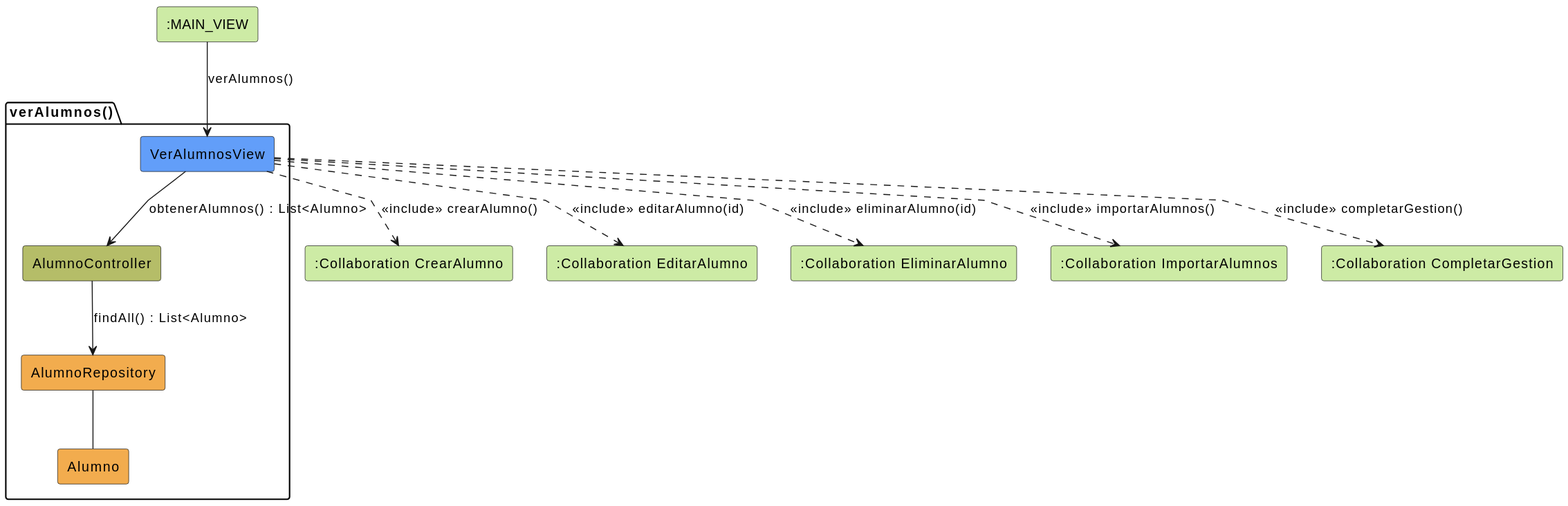
Earlier version of the PlantUML export images/verAlumnos/verAlumnos.svg (Pareyor/25-26-idsw2-sdVC). Source of this version:
```plantuml
@startuml
skinparam linetype polyline

rectangle #CDEBA5 ":MAIN_VIEW" as MainView
rectangle #CDEBA5 ":Collaboration CrearAlumno" as CrearAlumno
rectangle #CDEBA5 ":Collaboration EditarAlumno" as EditarAlumno
rectangle #CDEBA5 ":Collaboration EliminarAlumno" as EliminarAlumno
rectangle #CDEBA5 ":Collaboration ImportarAlumnos" as ImportarAlumnos
rectangle #CDEBA5 ":Collaboration CompletarGestion" as CompletarGestion

package verAlumnos as "verAlumnos()" {
    rectangle #629EF9 VerAlumnosView
    rectangle #b5bd68 AlumnoController
    rectangle #F2AC4E AlumnoRepository
    rectangle #F2AC4E Alumno
}

MainView --> VerAlumnosView: verAlumnos()

VerAlumnosView -d-> AlumnoController: obtenerAlumnos() : List<Alumno>

AlumnoController --> AlumnoRepository: findAll() : List<Alumno>

AlumnoRepository -- Alumno

VerAlumnosView ..> CrearAlumno: <<include>> crearAlumno()
VerAlumnosView ..> EditarAlumno: <<include>> editarAlumno(id)
VerAlumnosView ..> EliminarAlumno: <<include>> eliminarAlumno(id)
VerAlumnosView ..> ImportarAlumnos: <<include>> importarAlumnos()
VerAlumnosView ..> CompletarGestion: <<include>> completarGestion()
@enduml
```
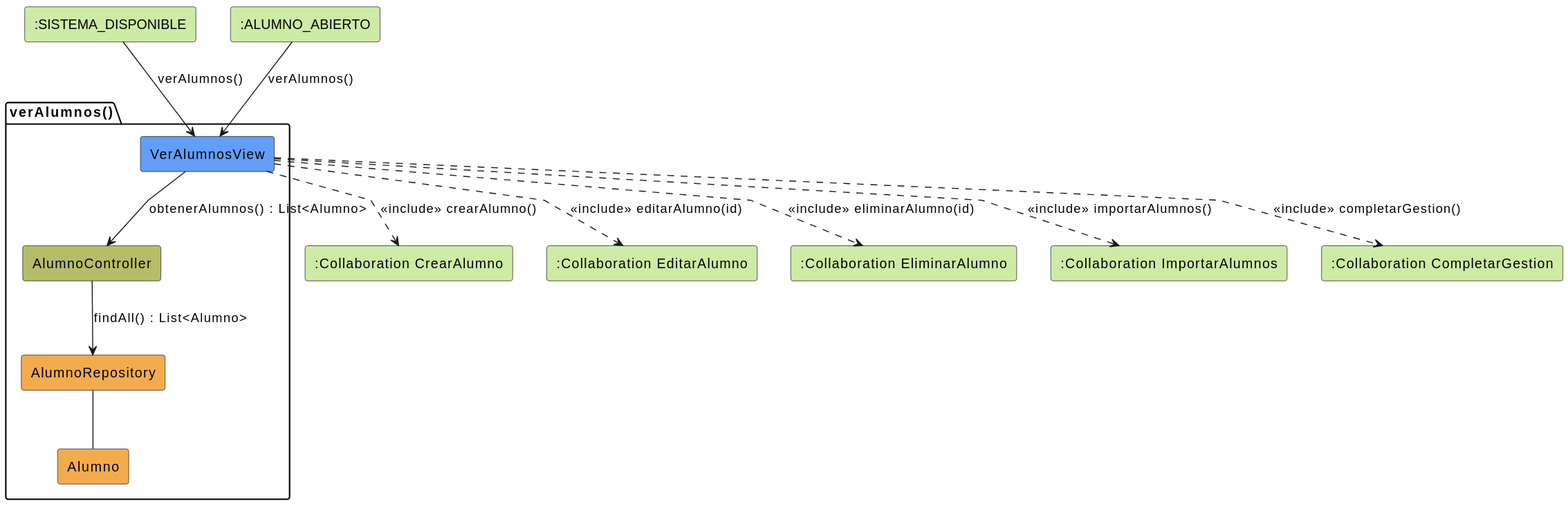
Later version of the same file.

Commit message:
fix: corrige un detalle en verAlumnos

What changed in the source:
```diff
@@ -1,7 +1,8 @@
 @startuml
 skinparam linetype polyline
 
-rectangle #CDEBA5 ":MAIN_VIEW" as MainView
+rectangle #CDEBA5 ":SISTEMA_DISPONIBLE" as SistemaDisponible
+rectangle #CDEBA5 ":ALUMNO_ABIERTO" as AlumnoAbierto
 rectangle #CDEBA5 ":Collaboration CrearAlumno" as CrearAlumno
 rectangle #CDEBA5 ":Collaboration EditarAlumno" as EditarAlumno
 rectangle #CDEBA5 ":Collaboration EliminarAlumno" as EliminarAlumno
@@ -15,7 +16,8 @@
     rectangle #F2AC4E Alumno
 }
 
-MainView --> VerAlumnosView: verAlumnos()
+SistemaDisponible --> VerAlumnosView: verAlumnos()
+AlumnoAbierto --> VerAlumnosView: verAlumnos()
 
 VerAlumnosView -d-> AlumnoController: obtenerAlumnos() : List<Alumno>
 
```
